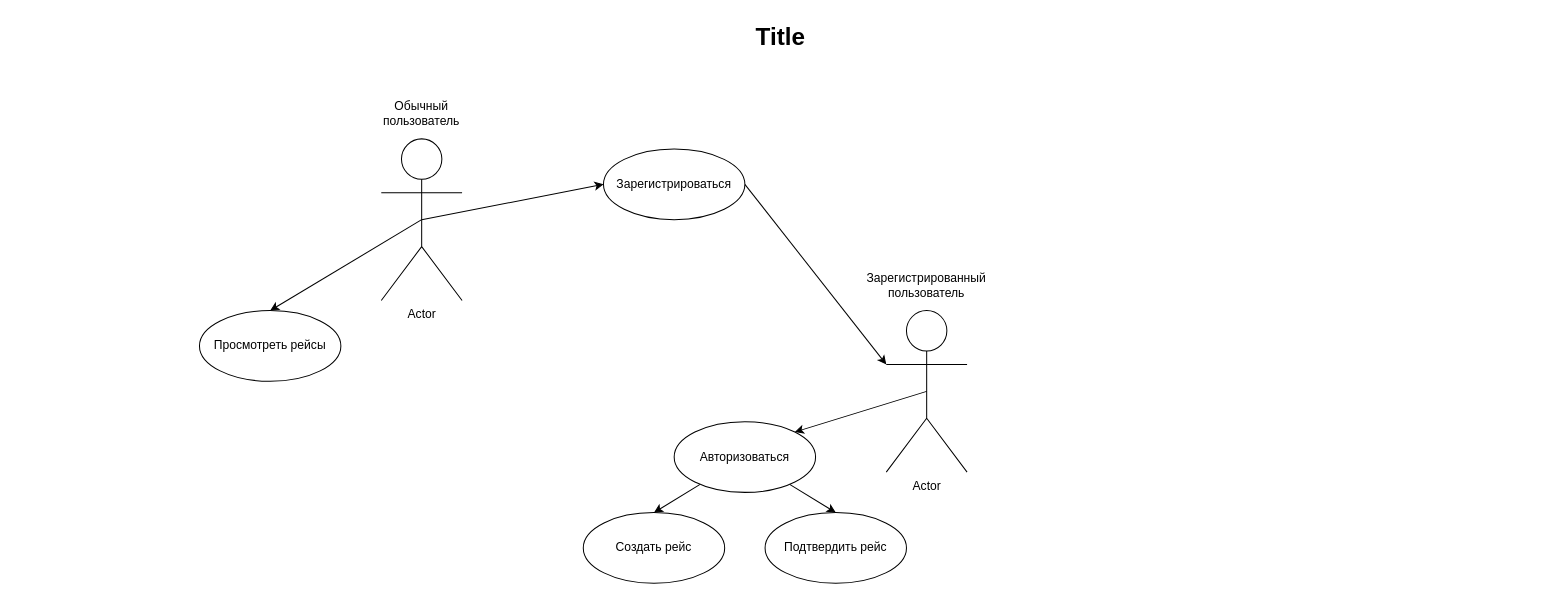
The draw.io diagram Untitled Diagram.drawio in Sade216/Ych_Prac_1, before the edit. Source tidied: cells renumbered, new cells numbered last; positions are measured from the earlier drawing's top-left corner, leaving out a move shared by most shapes. Both pictures are drawn from the tidied source at 101%, with x=0, y=0 at pixel (17, 17).
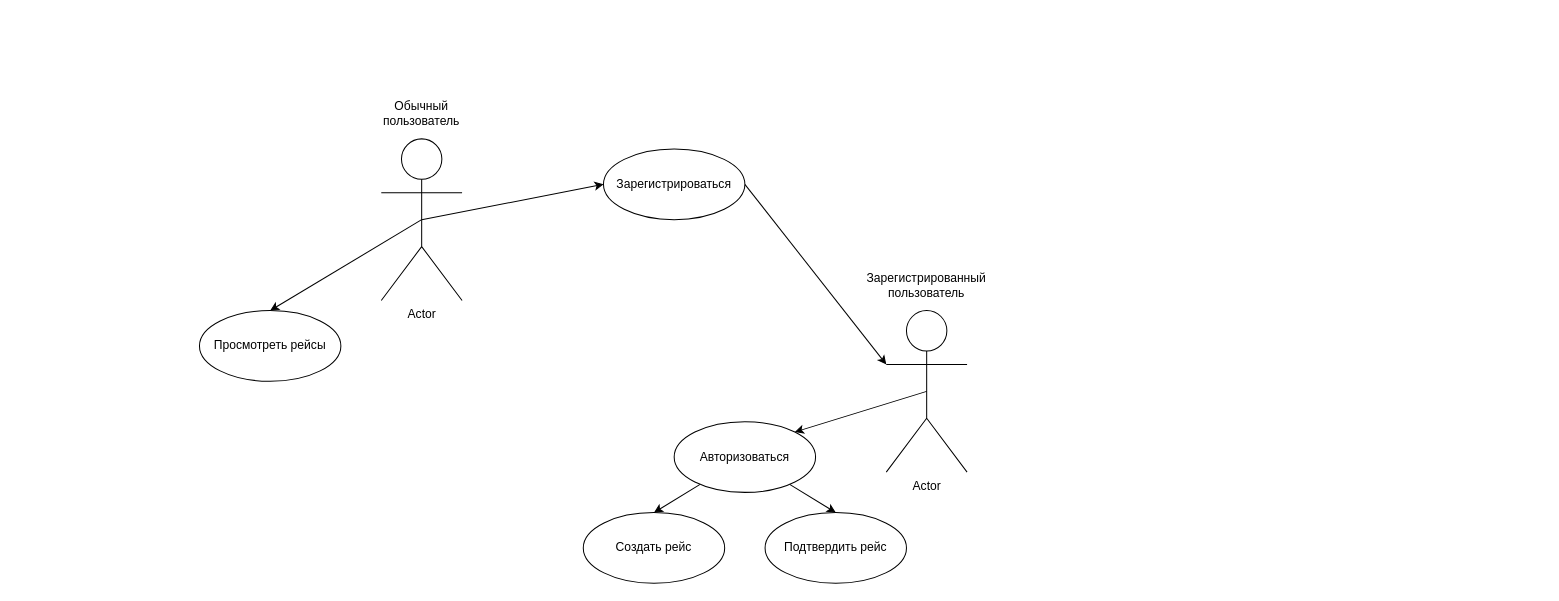
The same page after the edit.

Diff of the diagram source:
```diff
@@
 <mxGraphModel>
   <root>
     <mxCell id="0" />
     <mxCell id="1" parent="0" />
-    <mxCell id="2" value="Title" style="text;strokeColor=none;fillColor=none;html=1;fontSize=24;fontStyle=1;verticalAlign=middle;align=center;" parent="1" vertex="1">
-      <mxGeometry width="1510" height="40" as="geometry" />
-    </mxCell>
     <mxCell id="3" style="edgeStyle=none;rounded=0;jettySize=auto;html=1;entryX=0.5;entryY=0;entryDx=0;entryDy=0;exitX=0.5;exitY=0.5;exitDx=0;exitDy=0;exitPerimeter=0;" parent="1" edge="1" source="4" target="9">
       <mxGeometry relative="1" as="geometry" />
     </mxCell>
     <mxCell id="4" value="Actor" style="shape=umlActor;verticalLabelPosition=bottom;verticalAlign=top;html=1;" parent="1" vertex="1">
       <mxGeometry x="360" y="120" width="80" height="160" as="geometry" />
     </mxCell>
     <mxCell id="5" value="Обычный пользователь" style="text;html=1;strokeColor=none;fillColor=none;align=center;verticalAlign=middle;whiteSpace=wrap;rounded=0;" parent="1" vertex="1">
       <mxGeometry x="340" y="70" width="120" height="50" as="geometry" />
     </mxCell>
     <mxCell id="6" style="edgeStyle=none;rounded=0;jettySize=auto;html=1;entryX=1;entryY=0;entryDx=0;entryDy=0;exitX=0.5;exitY=0.5;exitDx=0;exitDy=0;exitPerimeter=0;" parent="1" edge="1" source="7" target="13">
       <mxGeometry relative="1" as="geometry" />
     </mxCell>
     <mxCell id="7" value="Actor" style="shape=umlActor;verticalLabelPosition=bottom;verticalAlign=top;html=1;" parent="1" vertex="1">
       <mxGeometry x="860" y="290" width="80" height="160" as="geometry" />
     </mxCell>
     <mxCell id="8" value="Зарегистрированный пользователь" style="text;html=1;strokeColor=none;fillColor=none;align=center;verticalAlign=middle;whiteSpace=wrap;rounded=0;" parent="1" vertex="1">
       <mxGeometry x="840" y="240" width="120" height="50" as="geometry" />
     </mxCell>
     <mxCell id="9" value="Просмотреть рейсы" style="ellipse;whiteSpace=wrap;html=1;" parent="1" vertex="1">
       <mxGeometry x="180" y="290" width="140" height="70" as="geometry" />
     </mxCell>
     <mxCell id="10" style="edgeStyle=none;rounded=0;jettySize=auto;html=1;entryX=0;entryY=0.5;entryDx=0;entryDy=0;exitX=0.5;exitY=0.5;exitDx=0;exitDy=0;exitPerimeter=0;" parent="1" edge="1" source="4" target="17">
       <mxGeometry relative="1" as="geometry" />
     </mxCell>
     <mxCell id="11" style="edgeStyle=none;rounded=0;jettySize=auto;html=1;entryX=0.5;entryY=0;entryDx=0;entryDy=0;" parent="1" edge="1" source="13" target="14">
       <mxGeometry relative="1" as="geometry" />
     </mxCell>
     <mxCell id="12" style="edgeStyle=none;rounded=0;jettySize=auto;html=1;entryX=0.5;entryY=0;entryDx=0;entryDy=0;" parent="1" edge="1" source="13" target="15">
       <mxGeometry relative="1" as="geometry" />
     </mxCell>
     <mxCell id="13" value="Авторизоваться" style="ellipse;whiteSpace=wrap;html=1;" parent="1" vertex="1">
       <mxGeometry x="650" y="400" width="140" height="70" as="geometry" />
     </mxCell>
     <mxCell id="14" value="Создать рейс" style="ellipse;whiteSpace=wrap;html=1;" parent="1" vertex="1">
       <mxGeometry x="560" y="490" width="140" height="70" as="geometry" />
     </mxCell>
     <mxCell id="15" value="Подтвердить рейс" style="ellipse;whiteSpace=wrap;html=1;" parent="1" vertex="1">
       <mxGeometry x="740" y="490" width="140" height="70" as="geometry" />
     </mxCell>
     <mxCell id="16" style="edgeStyle=none;rounded=0;jettySize=auto;html=1;exitX=1;exitY=0.5;exitDx=0;exitDy=0;entryX=0;entryY=0.3333333333333333;entryDx=0;entryDy=0;entryPerimeter=0;" parent="1" edge="1" source="17" target="7">
       <mxGeometry relative="1" as="geometry" />
     </mxCell>
     <mxCell id="17" value="Зарегистрироваться" style="ellipse;whiteSpace=wrap;html=1;" parent="1" vertex="1">
       <mxGeometry x="580" y="130" width="140" height="70" as="geometry" />
     </mxCell>
   </root>
 </mxGraphModel>
```
